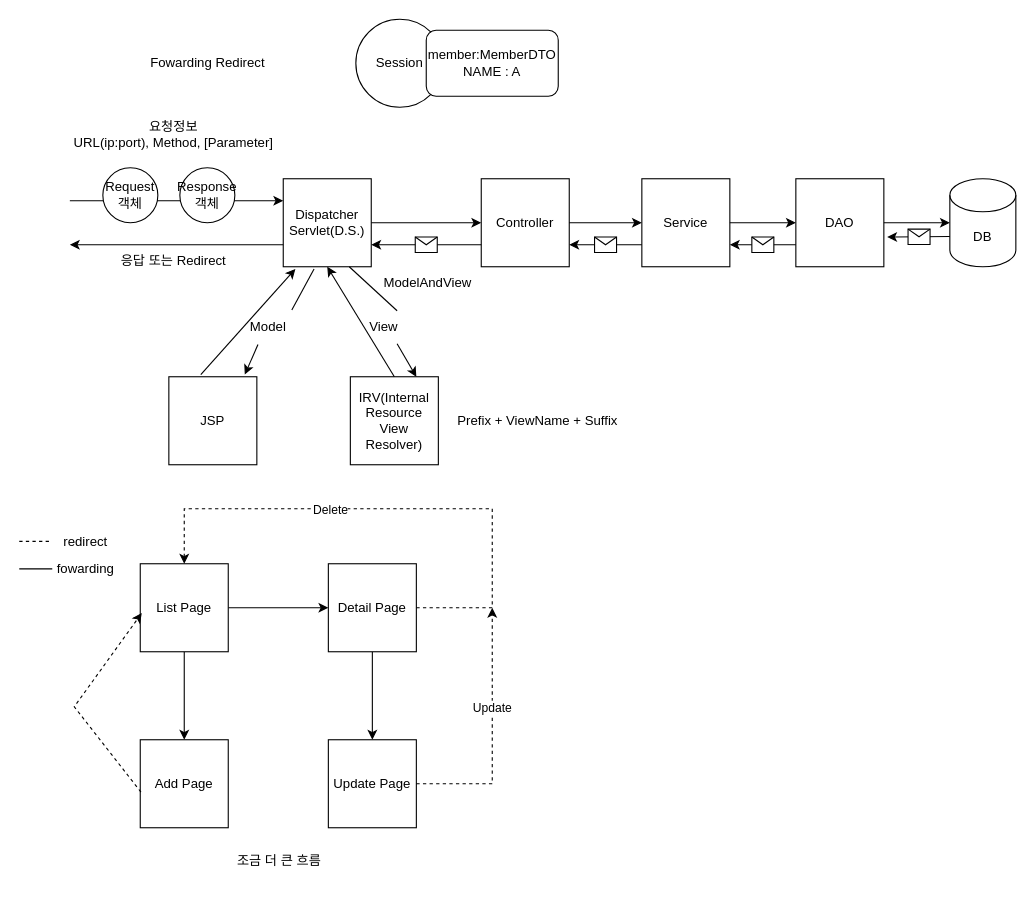
Above: page "Flow" (1 of 4) of Flow.drawio in YU3727/GDJ60_Spring (draw.io), before the change. Source tidied: cells renumbered, new cells numbered last; positions are measured from the earlier drawing's top-left corner, leaving out a move shared by most shapes. Both pictures are drawn from the tidied source at 110%, with x=0, y=0 at pixel (19, 19).
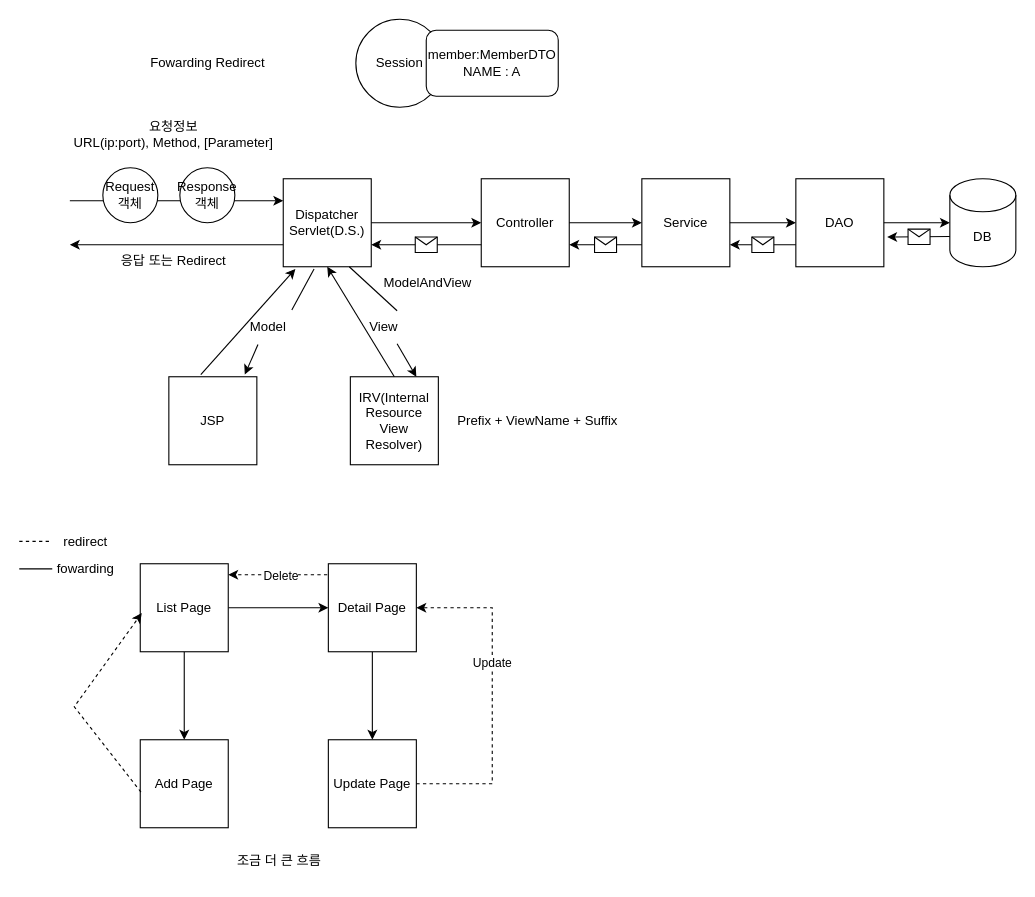
After the change.

The change refers to these unchanged cells:
```xml
<mxCell id="41" value="List Page" style="whiteSpace=wrap;html=1;" parent="1" vertex="1">
  <mxGeometry x="110" y="495" width="80" height="80" as="geometry" />
</mxCell>
<mxCell id="43" value="Detail Page" style="whiteSpace=wrap;html=1;" parent="1" vertex="1">
  <mxGeometry x="281" y="495" width="80" height="80" as="geometry" />
</mxCell>
<mxCell id="48" value="Update Page" style="whiteSpace=wrap;html=1;" parent="1" vertex="1">
  <mxGeometry x="281" y="655" width="80" height="80" as="geometry" />
</mxCell>
```

The edit, as a diff of the source:
```diff
@@
-    <mxCell id="46" style="endArrow=classic;html=1;rounded=0;dashed=1;exitX=1;exitY=0.5;exitDx=0;exitDy=0;entryX=0.5;entryY=0;entryDx=0;entryDy=0;" parent="1" edge="1" source="43" target="41">
+    <mxCell id="46" style="endArrow=classic;html=1;rounded=0;dashed=1;" parent="1" edge="1">
       <mxGeometry relative="1" as="geometry">
-        <Array as="points">
-          <mxPoint x="430" y="535" />
-          <mxPoint x="430" y="445" />
-          <mxPoint x="150" y="445" />
-        </Array>
+        <mxPoint x="280" y="505" as="sourcePoint" />
+        <mxPoint x="190" y="505" as="targetPoint" />
       </mxGeometry>
     </mxCell>
@@
-    <mxCell id="51" style="endArrow=classic;html=1;rounded=0;dashed=1;exitX=1;exitY=0.5;exitDx=0;exitDy=0;" parent="1" edge="1" source="48">
+    <mxCell id="51" style="endArrow=classic;html=1;rounded=0;dashed=1;exitX=1;exitY=0.5;exitDx=0;exitDy=0;entryX=1;entryY=0.5;entryDx=0;entryDy=0;" parent="1" edge="1" source="48" target="43">
       <mxGeometry relative="1" as="geometry">
-        <mxPoint x="430" y="535" as="targetPoint" />
         <Array as="points">
           <mxPoint x="430" y="695" />
+          <mxPoint x="430" y="535" />
         </Array>
       </mxGeometry>
     </mxCell>
```
